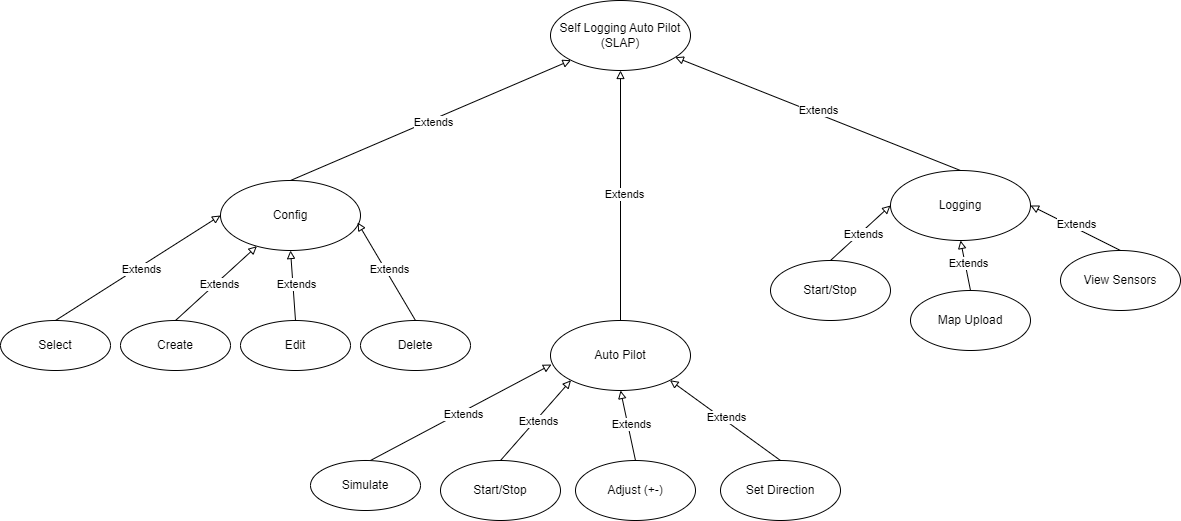
This is slap/docs/report/design/slapUsecases.drawio.png from SailoBam/slap, a draw.io export, as it was before one commit. Source tidied: cells renumbered, new cells last; positions are measured from the earlier drawing's top-left corner, leaving out a move shared by most shapes.
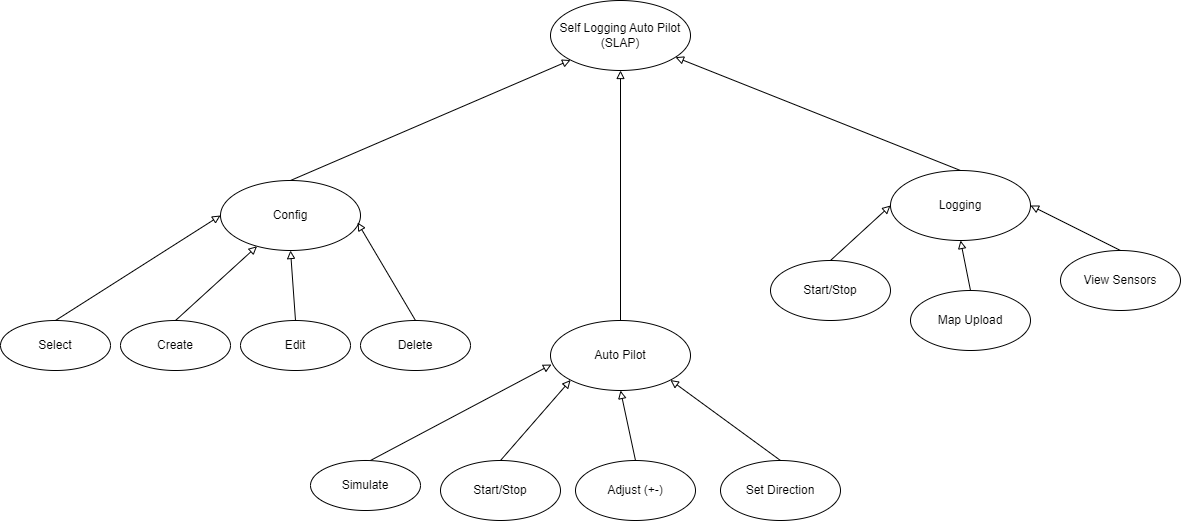
After the change.

Change to the diagram source:
```diff
@@ -8,11 +8,6 @@
     <mxCell id="3" style="edgeStyle=none;html=1;exitX=0.5;exitY=0;exitDx=0;exitDy=0;entryX=0;entryY=1;entryDx=0;entryDy=0;endArrow=block;endFill=0;" parent="1" edge="1" source="5" target="2">
       <mxGeometry relative="1" as="geometry" />
     </mxCell>
-    <mxCell id="4" value="Extends" style="edgeLabel;html=1;align=center;verticalAlign=middle;" parent="3" vertex="1">
-      <mxGeometry x="0.01" y="-3" relative="1" as="geometry">
-        <mxPoint y="-1" as="offset" />
-      </mxGeometry>
-    </mxCell>
     <mxCell id="5" value="Config" style="ellipse;whiteSpace=wrap;html=1;" parent="1" vertex="1">
       <mxGeometry x="220" y="180" width="140" height="70" as="geometry" />
     </mxCell>
@@ -25,27 +20,12 @@
     <mxCell id="8" style="edgeStyle=none;html=1;exitX=0.5;exitY=0;exitDx=0;exitDy=0;entryX=0.5;entryY=1;entryDx=0;entryDy=0;endArrow=block;endFill=0;fontStyle=1;" parent="1" edge="1" source="6" target="2">
       <mxGeometry relative="1" as="geometry" />
     </mxCell>
-    <mxCell id="9" value="Extends" style="edgeLabel;html=1;align=center;verticalAlign=middle;" parent="8" vertex="1">
-      <mxGeometry x="0.01" y="-3" relative="1" as="geometry">
-        <mxPoint y="-1" as="offset" />
-      </mxGeometry>
-    </mxCell>
     <mxCell id="10" style="edgeStyle=none;html=1;endArrow=block;endFill=0;exitX=0.5;exitY=0;exitDx=0;exitDy=0;" parent="1" edge="1" source="7" target="2">
       <mxGeometry relative="1" as="geometry" />
     </mxCell>
-    <mxCell id="11" value="Extends" style="edgeLabel;html=1;align=center;verticalAlign=middle;" parent="10" vertex="1">
-      <mxGeometry x="0.01" y="-3" relative="1" as="geometry">
-        <mxPoint y="-1" as="offset" />
-      </mxGeometry>
-    </mxCell>
     <mxCell id="12" style="edgeStyle=none;html=1;entryX=0;entryY=0.5;entryDx=0;entryDy=0;endArrow=block;endFill=0;exitX=0.5;exitY=0;exitDx=0;exitDy=0;" parent="1" edge="1" source="14" target="5">
       <mxGeometry relative="1" as="geometry" />
     </mxCell>
-    <mxCell id="13" value="Extends" style="edgeLabel;html=1;align=center;verticalAlign=middle;" parent="12" vertex="1">
-      <mxGeometry x="0.01" y="-3" relative="1" as="geometry">
-        <mxPoint y="-1" as="offset" />
-      </mxGeometry>
-    </mxCell>
     <mxCell id="14" value="Select" style="ellipse;whiteSpace=wrap;html=1;" parent="1" vertex="1">
       <mxGeometry y="320" width="110" height="50" as="geometry" />
     </mxCell>
@@ -61,103 +41,53 @@
     <mxCell id="18" style="edgeStyle=none;html=1;endArrow=block;endFill=0;exitX=0.5;exitY=0;exitDx=0;exitDy=0;" parent="1" edge="1" source="15" target="5">
       <mxGeometry relative="1" as="geometry" />
     </mxCell>
-    <mxCell id="19" value="Extends" style="edgeLabel;html=1;align=center;verticalAlign=middle;" parent="18" vertex="1">
-      <mxGeometry x="0.01" y="-3" relative="1" as="geometry">
-        <mxPoint y="-1" as="offset" />
-      </mxGeometry>
-    </mxCell>
     <mxCell id="20" style="edgeStyle=none;html=1;endArrow=block;endFill=0;exitX=0.5;exitY=0;exitDx=0;exitDy=0;entryX=0.5;entryY=1;entryDx=0;entryDy=0;" parent="1" edge="1" source="16" target="5">
       <mxGeometry relative="1" as="geometry" />
     </mxCell>
-    <mxCell id="21" value="Extends" style="edgeLabel;html=1;align=center;verticalAlign=middle;" parent="20" vertex="1">
-      <mxGeometry x="0.01" y="-3" relative="1" as="geometry">
-        <mxPoint y="-1" as="offset" />
-      </mxGeometry>
-    </mxCell>
     <mxCell id="22" style="edgeStyle=none;html=1;endArrow=block;endFill=0;exitX=0.5;exitY=0;exitDx=0;exitDy=0;entryX=0.979;entryY=0.6;entryDx=0;entryDy=0;entryPerimeter=0;" parent="1" edge="1" source="17" target="5">
       <mxGeometry relative="1" as="geometry" />
     </mxCell>
-    <mxCell id="23" value="Extends" style="edgeLabel;html=1;align=center;verticalAlign=middle;" parent="22" vertex="1">
-      <mxGeometry x="0.01" y="-3" relative="1" as="geometry">
-        <mxPoint y="-1" as="offset" />
-      </mxGeometry>
-    </mxCell>
     <mxCell id="24" value="Simulate" style="ellipse;whiteSpace=wrap;html=1;" parent="1" vertex="1">
       <mxGeometry x="310" y="460" width="110" height="50" as="geometry" />
     </mxCell>
     <mxCell id="25" style="edgeStyle=none;html=1;endArrow=block;endFill=0;exitX=0.545;exitY=0;exitDx=0;exitDy=0;exitPerimeter=0;entryX=0.007;entryY=0.629;entryDx=0;entryDy=0;entryPerimeter=0;" parent="1" edge="1" source="24" target="6">
       <mxGeometry relative="1" as="geometry" />
     </mxCell>
-    <mxCell id="26" value="Extends" style="edgeLabel;html=1;align=center;verticalAlign=middle;" parent="25" vertex="1">
-      <mxGeometry x="0.01" y="-3" relative="1" as="geometry">
-        <mxPoint y="-1" as="offset" />
-      </mxGeometry>
-    </mxCell>
     <mxCell id="27" value="Start/Stop" style="ellipse;whiteSpace=wrap;html=1;" parent="1" vertex="1">
       <mxGeometry x="440" y="460" width="120" height="60" as="geometry" />
     </mxCell>
     <mxCell id="28" style="edgeStyle=none;html=1;endArrow=block;endFill=0;exitX=0.5;exitY=0;exitDx=0;exitDy=0;entryX=0;entryY=1;entryDx=0;entryDy=0;" parent="1" edge="1" source="27" target="6">
       <mxGeometry relative="1" as="geometry" />
     </mxCell>
-    <mxCell id="29" value="Extends" style="edgeLabel;html=1;align=center;verticalAlign=middle;" parent="28" vertex="1">
-      <mxGeometry x="0.01" y="-3" relative="1" as="geometry">
-        <mxPoint y="-1" as="offset" />
-      </mxGeometry>
-    </mxCell>
     <mxCell id="30" value="Adjust (+-)" style="ellipse;whiteSpace=wrap;html=1;" parent="1" vertex="1">
       <mxGeometry x="575" y="460" width="120" height="60" as="geometry" />
     </mxCell>
     <mxCell id="31" style="edgeStyle=none;html=1;endArrow=block;endFill=0;exitX=0.5;exitY=0;exitDx=0;exitDy=0;entryX=0.5;entryY=1;entryDx=0;entryDy=0;" parent="1" edge="1" source="30" target="6">
       <mxGeometry relative="1" as="geometry" />
     </mxCell>
-    <mxCell id="32" value="Extends" style="edgeLabel;html=1;align=center;verticalAlign=middle;" parent="31" vertex="1">
-      <mxGeometry x="0.01" y="-3" relative="1" as="geometry">
-        <mxPoint y="-1" as="offset" />
-      </mxGeometry>
-    </mxCell>
     <mxCell id="33" value="Set Direction" style="ellipse;whiteSpace=wrap;html=1;" parent="1" vertex="1">
       <mxGeometry x="720" y="460" width="120" height="60" as="geometry" />
     </mxCell>
     <mxCell id="34" style="edgeStyle=none;html=1;endArrow=block;endFill=0;exitX=0.5;exitY=0;exitDx=0;exitDy=0;entryX=1;entryY=1;entryDx=0;entryDy=0;" parent="1" edge="1" source="33" target="6">
       <mxGeometry relative="1" as="geometry" />
     </mxCell>
-    <mxCell id="35" value="Extends" style="edgeLabel;html=1;align=center;verticalAlign=middle;" parent="34" vertex="1">
-      <mxGeometry x="0.01" y="-3" relative="1" as="geometry">
-        <mxPoint y="-1" as="offset" />
-      </mxGeometry>
-    </mxCell>
     <mxCell id="36" value="Start/Stop" style="ellipse;whiteSpace=wrap;html=1;" parent="1" vertex="1">
       <mxGeometry x="770" y="260" width="120" height="60" as="geometry" />
     </mxCell>
     <mxCell id="37" style="edgeStyle=none;html=1;endArrow=block;endFill=0;exitX=0.5;exitY=0;exitDx=0;exitDy=0;entryX=0;entryY=0.5;entryDx=0;entryDy=0;" parent="1" edge="1" source="36" target="7">
       <mxGeometry relative="1" as="geometry" />
     </mxCell>
-    <mxCell id="38" value="Extends" style="edgeLabel;html=1;align=center;verticalAlign=middle;" parent="37" vertex="1">
-      <mxGeometry x="0.01" y="-3" relative="1" as="geometry">
-        <mxPoint y="-1" as="offset" />
-      </mxGeometry>
-    </mxCell>
     <mxCell id="39" value="Map Upload" style="ellipse;whiteSpace=wrap;html=1;" parent="1" vertex="1">
       <mxGeometry x="910" y="290" width="120" height="60" as="geometry" />
     </mxCell>
     <mxCell id="40" style="edgeStyle=none;html=1;endArrow=block;endFill=0;exitX=0.5;exitY=0;exitDx=0;exitDy=0;entryX=0.5;entryY=1;entryDx=0;entryDy=0;" parent="1" edge="1" source="39" target="7">
       <mxGeometry relative="1" as="geometry" />
     </mxCell>
-    <mxCell id="41" value="Extends" style="edgeLabel;html=1;align=center;verticalAlign=middle;" parent="40" vertex="1">
-      <mxGeometry x="0.01" y="-3" relative="1" as="geometry">
-        <mxPoint y="-1" as="offset" />
-      </mxGeometry>
-    </mxCell>
     <mxCell id="42" value="View Sensors" style="ellipse;whiteSpace=wrap;html=1;" parent="1" vertex="1">
       <mxGeometry x="1060" y="250" width="120" height="60" as="geometry" />
     </mxCell>
     <mxCell id="43" style="edgeStyle=none;html=1;endArrow=block;endFill=0;exitX=0.5;exitY=0;exitDx=0;exitDy=0;entryX=1;entryY=0.5;entryDx=0;entryDy=0;" parent="1" edge="1" source="42" target="7">
       <mxGeometry relative="1" as="geometry" />
     </mxCell>
-    <mxCell id="44" value="Extends" style="edgeLabel;html=1;align=center;verticalAlign=middle;" parent="43" vertex="1">
-      <mxGeometry x="0.01" y="-3" relative="1" as="geometry">
-        <mxPoint y="-1" as="offset" />
-      </mxGeometry>
-    </mxCell>
   </root>
 </mxGraphModel>
```
